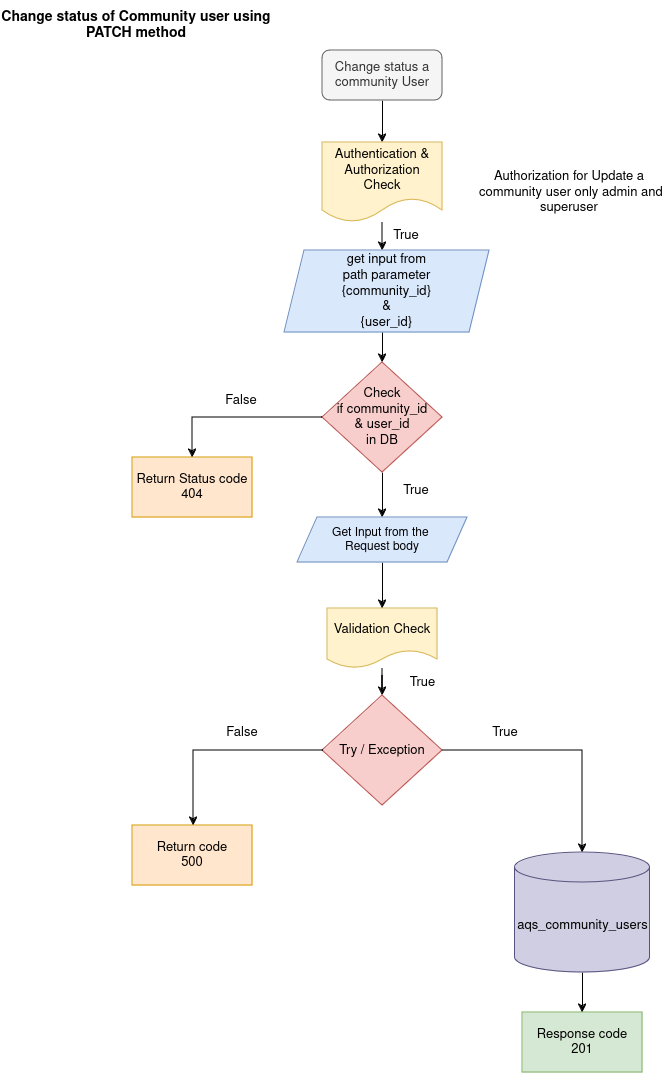
pushpakyelementure/aqs_launch_document keeps this draw.io diagram as community_users/comm_user_status.png. Above is the earlier version. Source tidied: cells renumbered, new cells last; positions are measured from the earlier drawing's top-left corner, leaving out a move shared by most shapes. Its diagram source:
```xml
<mxGraphModel>
  <root>
    <mxCell id="0" />
    <mxCell id="1" parent="0" />
    <mxCell id="2" value="Change status of Community user using PATCH method" style="text;html=1;align=center;verticalAlign=middle;whiteSpace=wrap;rounded=0;strokeWidth=1;fontStyle=1;fontSize=14;" parent="1" vertex="1">
      <mxGeometry width="272" height="50" as="geometry" />
    </mxCell>
    <mxCell id="3" style="edgeStyle=orthogonalEdgeStyle;rounded=0;jettySize=auto;html=1;exitX=0.5;exitY=1;exitDx=0;exitDy=0;entryX=0.5;entryY=0;entryDx=0;entryDy=0;align=center;verticalAlign=middle;fontStyle=0;horizontal=1;fontSize=13;labelPosition=center;verticalLabelPosition=middle;" parent="1" edge="1" source="4" target="6">
      <mxGeometry relative="1" as="geometry" />
    </mxCell>
    <mxCell id="4" value="Change status a community User" style="rounded=1;whiteSpace=wrap;html=1;fillColor=#f5f5f5;fontColor=#333333;strokeColor=#666666;align=center;verticalAlign=middle;fontStyle=0;horizontal=1;fontSize=13;labelPosition=center;verticalLabelPosition=middle;" parent="1" vertex="1">
      <mxGeometry x="322" y="50" width="120" height="50" as="geometry" />
    </mxCell>
    <mxCell id="5" style="edgeStyle=orthogonalEdgeStyle;rounded=0;jettySize=auto;html=1;align=center;verticalAlign=middle;fontStyle=0;horizontal=1;fontSize=13;labelPosition=center;verticalLabelPosition=middle;" parent="1" edge="1" source="6">
      <mxGeometry relative="1" as="geometry">
        <mxPoint x="382" y="250" as="targetPoint" />
      </mxGeometry>
    </mxCell>
    <mxCell id="6" value="&lt;div style=&quot;font-size: 13px;&quot;&gt;Authentication &amp;amp; &lt;br style=&quot;font-size: 13px;&quot;&gt;&lt;/div&gt;&lt;div style=&quot;font-size: 13px;&quot;&gt;Authorization&lt;/div&gt;&lt;div style=&quot;font-size: 13px;&quot;&gt;Check&lt;br style=&quot;font-size: 13px;&quot;&gt;&lt;/div&gt;" style="shape=document;whiteSpace=wrap;html=1;boundedLbl=1;fillColor=#fff2cc;strokeColor=#d6b656;align=center;verticalAlign=middle;fontStyle=0;horizontal=1;fontSize=13;labelPosition=center;verticalLabelPosition=middle;" parent="1" vertex="1">
      <mxGeometry x="322" y="142" width="120" height="80" as="geometry" />
    </mxCell>
    <mxCell id="7" style="edgeStyle=orthogonalEdgeStyle;rounded=0;orthogonalLoop=1;jettySize=auto;html=1;exitX=0.5;exitY=1;exitDx=0;exitDy=0;align=center;verticalAlign=middle;fontStyle=0;horizontal=1;fontSize=13;labelPosition=center;verticalLabelPosition=middle;" parent="1" edge="1">
      <mxGeometry relative="1" as="geometry">
        <mxPoint x="382" y="310" as="sourcePoint" />
        <mxPoint x="382" y="362" as="targetPoint" />
      </mxGeometry>
    </mxCell>
    <mxCell id="8" style="edgeStyle=orthogonalEdgeStyle;rounded=0;jettySize=auto;html=1;align=center;verticalAlign=middle;fontStyle=0;horizontal=1;fontSize=13;labelPosition=center;verticalLabelPosition=middle;" parent="1" edge="1" source="9" target="10">
      <mxGeometry relative="1" as="geometry" />
    </mxCell>
    <mxCell id="9" value="Validation Check" style="shape=document;whiteSpace=wrap;html=1;boundedLbl=1;fillColor=#fff2cc;strokeColor=#d6b656;align=center;verticalAlign=middle;fontStyle=0;horizontal=1;fontSize=13;labelPosition=center;verticalLabelPosition=middle;" parent="1" vertex="1">
      <mxGeometry x="327" y="608" width="110" height="60" as="geometry" />
    </mxCell>
    <mxCell id="10" value="Try / Exception" style="rhombus;whiteSpace=wrap;html=1;fillColor=#f8cecc;strokeColor=#b85450;align=center;verticalAlign=middle;fontStyle=0;horizontal=1;fontSize=13;labelPosition=center;verticalLabelPosition=middle;" parent="1" vertex="1">
      <mxGeometry x="322" y="695" width="120" height="110" as="geometry" />
    </mxCell>
    <mxCell id="11" value="&lt;div style=&quot;font-size: 13px;&quot;&gt;Return code&lt;/div&gt;&lt;div style=&quot;font-size: 13px;&quot;&gt;500&lt;br style=&quot;font-size: 13px;&quot;&gt;&lt;/div&gt;" style="rounded=0;whiteSpace=wrap;html=1;fillColor=#ffe6cc;strokeColor=#d79b00;fontSize=13;" parent="1" vertex="1">
      <mxGeometry x="132" y="825" width="120" height="60" as="geometry" />
    </mxCell>
    <mxCell id="12" value="&lt;div style=&quot;font-size: 13px;&quot;&gt;Response code &lt;br style=&quot;font-size: 13px;&quot;&gt;&lt;/div&gt;&lt;div style=&quot;font-size: 13px;&quot;&gt;201&lt;/div&gt;" style="rounded=0;whiteSpace=wrap;html=1;fillColor=#d5e8d4;strokeColor=#82b366;align=center;verticalAlign=middle;fontStyle=0;horizontal=1;fontSize=13;labelPosition=center;verticalLabelPosition=middle;" parent="1" vertex="1">
      <mxGeometry x="522" y="1012" width="120" height="60" as="geometry" />
    </mxCell>
    <mxCell id="13" style="edgeStyle=orthogonalEdgeStyle;rounded=0;jettySize=auto;html=1;" parent="1" edge="1" source="14" target="12">
      <mxGeometry relative="1" as="geometry" />
    </mxCell>
    <mxCell id="14" value="aqs_community_users" style="shape=cylinder3;whiteSpace=wrap;html=1;boundedLbl=1;backgroundOutline=1;size=15;fillColor=#d0cee2;strokeColor=#56517e;align=center;verticalAlign=middle;fontStyle=0;horizontal=1;fontSize=13;labelPosition=center;verticalLabelPosition=middle;" parent="1" vertex="1">
      <mxGeometry x="514.5" y="852" width="135" height="120" as="geometry" />
    </mxCell>
    <mxCell id="15" style="endArrow=classic;html=1;rounded=0;align=center;verticalAlign=middle;fontStyle=0;horizontal=1;fontSize=13;labelPosition=center;verticalLabelPosition=middle;" parent="1" edge="1" target="14">
      <mxGeometry relative="1" as="geometry">
        <mxPoint x="442" y="750" as="sourcePoint" />
        <Array as="points">
          <mxPoint x="582" y="750" />
        </Array>
      </mxGeometry>
    </mxCell>
    <mxCell id="16" style="endArrow=classic;html=1;rounded=0;align=center;verticalAlign=middle;fontStyle=0;horizontal=1;fontSize=13;labelPosition=center;verticalLabelPosition=middle;" parent="1" edge="1">
      <mxGeometry relative="1" as="geometry">
        <mxPoint x="323" y="750" as="sourcePoint" />
        <mxPoint x="193" y="825" as="targetPoint" />
        <Array as="points">
          <mxPoint x="193" y="750" />
        </Array>
      </mxGeometry>
    </mxCell>
    <mxCell id="17" value="False" style="text;html=1;align=center;verticalAlign=middle;whiteSpace=wrap;rounded=0;fontStyle=0;horizontal=1;fontSize=13;labelPosition=center;verticalLabelPosition=middle;" parent="1" vertex="1">
      <mxGeometry x="212" y="717" width="60" height="30" as="geometry" />
    </mxCell>
    <mxCell id="18" value="True" style="text;html=1;align=center;verticalAlign=middle;whiteSpace=wrap;rounded=0;fontStyle=0;horizontal=1;fontSize=13;labelPosition=center;verticalLabelPosition=middle;" parent="1" vertex="1">
      <mxGeometry x="452" y="717" width="106" height="30" as="geometry" />
    </mxCell>
    <mxCell id="19" value="True" style="text;html=1;align=center;verticalAlign=middle;whiteSpace=wrap;rounded=0;fontStyle=0;horizontal=1;fontSize=13;labelPosition=center;verticalLabelPosition=middle;" parent="1" vertex="1">
      <mxGeometry x="378" y="668" width="89" height="28" as="geometry" />
    </mxCell>
    <mxCell id="20" value="True" style="text;html=1;align=center;verticalAlign=middle;whiteSpace=wrap;rounded=0;fontStyle=0;horizontal=1;fontSize=13;labelPosition=center;verticalLabelPosition=middle;" parent="1" vertex="1">
      <mxGeometry x="353" y="220" width="106" height="30" as="geometry" />
    </mxCell>
    <mxCell id="21" value="&lt;div&gt;Authorization for Update a&lt;/div&gt;&lt;div&gt;&amp;nbsp;community user only admin and superuser&lt;br&gt;&lt;/div&gt;" style="text;html=1;align=center;verticalAlign=middle;whiteSpace=wrap;rounded=0;fontSize=13;" parent="1" vertex="1">
      <mxGeometry x="469" y="162" width="200" height="60" as="geometry" />
    </mxCell>
    <mxCell id="22" value="&lt;div&gt;get input from &lt;br&gt;&lt;/div&gt;&lt;div&gt;path parameter&lt;/div&gt;&lt;div&gt;{community_id} &lt;br&gt;&lt;/div&gt;&lt;div&gt;&amp;amp;&lt;/div&gt;&lt;div&gt;{user_id}&lt;br&gt;&lt;/div&gt;" style="shape=parallelogram;perimeter=parallelogramPerimeter;whiteSpace=wrap;html=1;fixedSize=1;fillColor=#dae8fc;strokeColor=#6c8ebf;align=center;verticalAlign=middle;fontStyle=0;horizontal=1;fontSize=13;labelPosition=center;verticalLabelPosition=middle;" parent="1" vertex="1">
      <mxGeometry x="284" y="250" width="205" height="82" as="geometry" />
    </mxCell>
    <mxCell id="23" style="edgeStyle=orthogonalEdgeStyle;rounded=0;jettySize=auto;html=1;" parent="1" edge="1" source="24" target="29">
      <mxGeometry relative="1" as="geometry" />
    </mxCell>
    <mxCell id="24" value="&lt;div&gt;Check&lt;/div&gt;&lt;div&gt;if community_id&lt;br&gt;&lt;/div&gt;&lt;div&gt;&amp;amp; user_id&lt;/div&gt;&lt;div&gt;in DB&lt;br&gt;&lt;/div&gt;" style="rhombus;whiteSpace=wrap;html=1;fillColor=#f8cecc;strokeColor=#b85450;align=center;verticalAlign=middle;fontStyle=0;horizontal=1;fontSize=13;labelPosition=center;verticalLabelPosition=middle;" parent="1" vertex="1">
      <mxGeometry x="322" y="362" width="120" height="110" as="geometry" />
    </mxCell>
    <mxCell id="25" value="&lt;div style=&quot;font-size: 13px;&quot;&gt;Return Status code&lt;/div&gt;&lt;div style=&quot;font-size: 13px;&quot;&gt;404&lt;br style=&quot;font-size: 13px;&quot;&gt;&lt;/div&gt;" style="rounded=0;whiteSpace=wrap;html=1;fillColor=#ffe6cc;strokeColor=#d79b00;fontSize=13;" parent="1" vertex="1">
      <mxGeometry x="132" y="457" width="120" height="60" as="geometry" />
    </mxCell>
    <mxCell id="26" style="endArrow=classic;html=1;rounded=0;align=center;verticalAlign=middle;fontStyle=0;horizontal=1;fontSize=13;labelPosition=center;verticalLabelPosition=middle;entryX=0.5;entryY=0;entryDx=0;entryDy=0;" parent="1" edge="1" target="25">
      <mxGeometry relative="1" as="geometry">
        <mxPoint x="322" y="417" as="sourcePoint" />
        <Array as="points">
          <mxPoint x="192" y="417" />
        </Array>
      </mxGeometry>
    </mxCell>
    <mxCell id="27" value="False" style="text;html=1;align=center;verticalAlign=middle;whiteSpace=wrap;rounded=0;fontStyle=0;horizontal=1;fontSize=13;labelPosition=center;verticalLabelPosition=middle;" parent="1" vertex="1">
      <mxGeometry x="211" y="385" width="60" height="30" as="geometry" />
    </mxCell>
    <mxCell id="28" style="edgeStyle=orthogonalEdgeStyle;rounded=0;jettySize=auto;html=1;" parent="1" edge="1" source="29" target="9">
      <mxGeometry relative="1" as="geometry" />
    </mxCell>
    <mxCell id="29" value="&lt;div&gt;&lt;br&gt;&lt;/div&gt;&lt;div&gt;Get Input from the&amp;nbsp;&lt;/div&gt;&lt;div&gt;Request body&lt;/div&gt;&lt;div&gt;&lt;br&gt;&lt;/div&gt;" style="shape=parallelogram;perimeter=parallelogramPerimeter;whiteSpace=wrap;html=1;fixedSize=1;fillColor=#dae8fc;strokeColor=#6c8ebf;" parent="1" vertex="1">
      <mxGeometry x="297" y="517" width="170" height="45" as="geometry" />
    </mxCell>
    <mxCell id="30" value="True" style="text;html=1;align=center;verticalAlign=middle;whiteSpace=wrap;rounded=0;fontStyle=0;horizontal=1;fontSize=13;labelPosition=center;verticalLabelPosition=middle;" parent="1" vertex="1">
      <mxGeometry x="363" y="475" width="106" height="30" as="geometry" />
    </mxCell>
  </root>
</mxGraphModel>
```
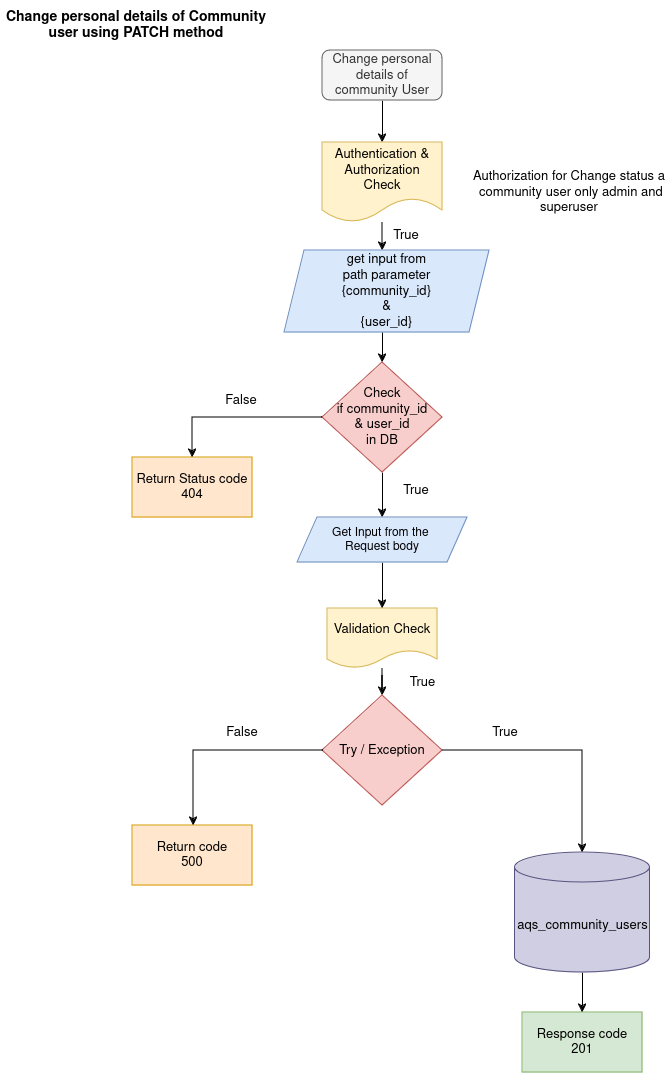
Above is the later version.

Change to the diagram source:
```diff
@@ -2,13 +2,13 @@
   <root>
     <mxCell id="0" />
     <mxCell id="1" parent="0" />
-    <mxCell id="2" value="Change status of Community user using PATCH method" style="text;html=1;align=center;verticalAlign=middle;whiteSpace=wrap;rounded=0;strokeWidth=1;fontStyle=1;fontSize=14;" parent="1" vertex="1">
+    <mxCell id="2" value="Change personal details of Community user using PATCH method" style="text;html=1;align=center;verticalAlign=middle;whiteSpace=wrap;rounded=0;strokeWidth=1;fontStyle=1;fontSize=14;" parent="1" vertex="1">
       <mxGeometry width="272" height="50" as="geometry" />
     </mxCell>
     <mxCell id="3" style="edgeStyle=orthogonalEdgeStyle;rounded=0;jettySize=auto;html=1;exitX=0.5;exitY=1;exitDx=0;exitDy=0;entryX=0.5;entryY=0;entryDx=0;entryDy=0;align=center;verticalAlign=middle;fontStyle=0;horizontal=1;fontSize=13;labelPosition=center;verticalLabelPosition=middle;" parent="1" edge="1" source="4" target="6">
       <mxGeometry relative="1" as="geometry" />
     </mxCell>
-    <mxCell id="4" value="Change status a community User" style="rounded=1;whiteSpace=wrap;html=1;fillColor=#f5f5f5;fontColor=#333333;strokeColor=#666666;align=center;verticalAlign=middle;fontStyle=0;horizontal=1;fontSize=13;labelPosition=center;verticalLabelPosition=middle;" parent="1" vertex="1">
+    <mxCell id="4" value="Change personal details of community User" style="rounded=1;whiteSpace=wrap;html=1;fillColor=#f5f5f5;fontColor=#333333;strokeColor=#666666;align=center;verticalAlign=middle;fontStyle=0;horizontal=1;fontSize=13;labelPosition=center;verticalLabelPosition=middle;" parent="1" vertex="1">
       <mxGeometry x="322" y="50" width="120" height="50" as="geometry" />
     </mxCell>
     <mxCell id="5" style="edgeStyle=orthogonalEdgeStyle;rounded=0;jettySize=auto;html=1;align=center;verticalAlign=middle;fontStyle=0;horizontal=1;fontSize=13;labelPosition=center;verticalLabelPosition=middle;" parent="1" edge="1" source="6">
@@ -75,7 +75,7 @@
     <mxCell id="20" value="True" style="text;html=1;align=center;verticalAlign=middle;whiteSpace=wrap;rounded=0;fontStyle=0;horizontal=1;fontSize=13;labelPosition=center;verticalLabelPosition=middle;" parent="1" vertex="1">
       <mxGeometry x="353" y="220" width="106" height="30" as="geometry" />
     </mxCell>
-    <mxCell id="21" value="&lt;div&gt;Authorization for Update a&lt;/div&gt;&lt;div&gt;&amp;nbsp;community user only admin and superuser&lt;br&gt;&lt;/div&gt;" style="text;html=1;align=center;verticalAlign=middle;whiteSpace=wrap;rounded=0;fontSize=13;" parent="1" vertex="1">
+    <mxCell id="21" value="&lt;div&gt;Authorization for Change status a&lt;/div&gt;&lt;div&gt;&amp;nbsp;community user only admin and superuser&lt;br&gt;&lt;/div&gt;" style="text;html=1;align=center;verticalAlign=middle;whiteSpace=wrap;rounded=0;fontSize=13;" parent="1" vertex="1">
       <mxGeometry x="469" y="162" width="200" height="60" as="geometry" />
     </mxCell>
     <mxCell id="22" value="&lt;div&gt;get input from &lt;br&gt;&lt;/div&gt;&lt;div&gt;path parameter&lt;/div&gt;&lt;div&gt;{community_id} &lt;br&gt;&lt;/div&gt;&lt;div&gt;&amp;amp;&lt;/div&gt;&lt;div&gt;{user_id}&lt;br&gt;&lt;/div&gt;" style="shape=parallelogram;perimeter=parallelogramPerimeter;whiteSpace=wrap;html=1;fixedSize=1;fillColor=#dae8fc;strokeColor=#6c8ebf;align=center;verticalAlign=middle;fontStyle=0;horizontal=1;fontSize=13;labelPosition=center;verticalLabelPosition=middle;" parent="1" vertex="1">
```
